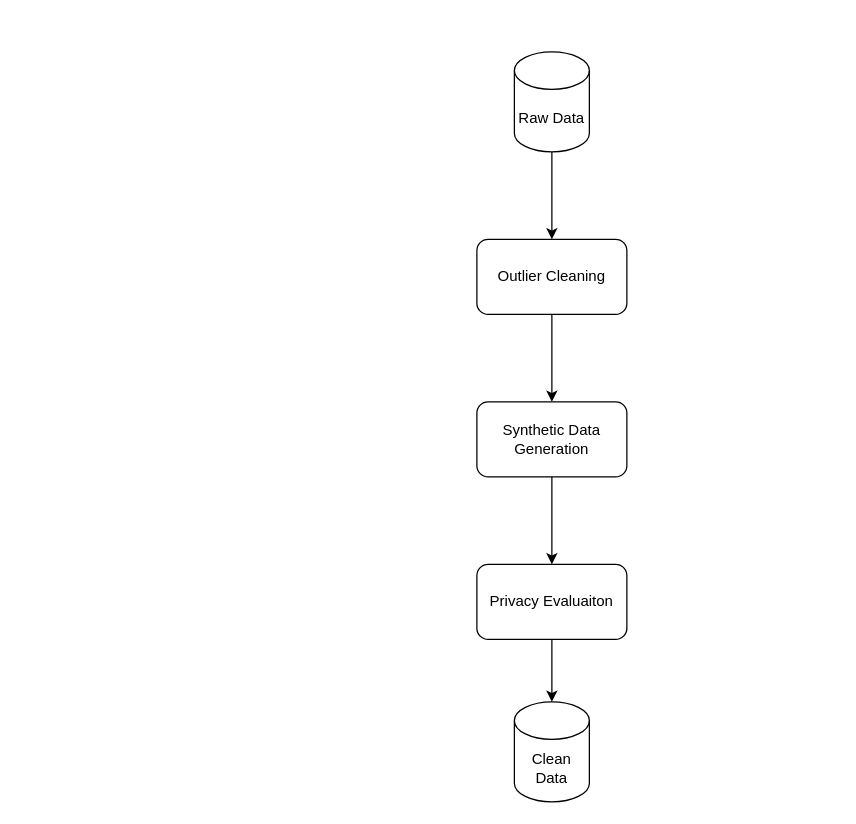
Earlier version of the draw.io diagram page "Overall" (1 of 2) of Diagram.drawio (Naviden/PrivGen). Source tidied: cells renumbered, new cells numbered last; positions are measured from the earlier drawing's top-left corner, leaving out a move shared by most shapes. Both pictures are drawn from the tidied source at 125%, with x=0, y=0 at pixel (476, 51).
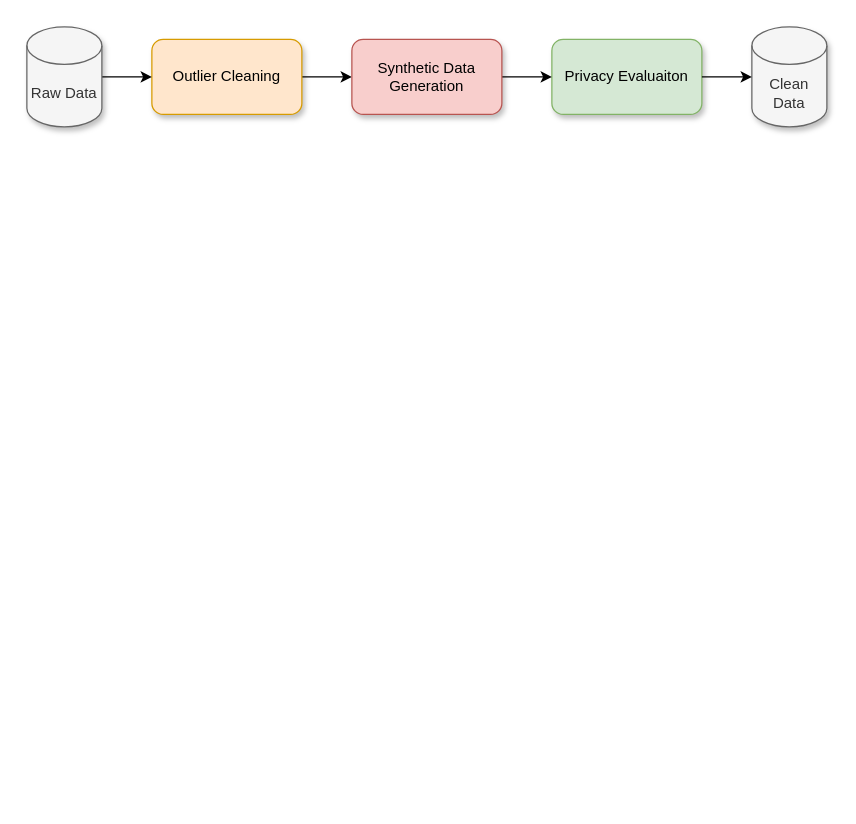
After the change.

Change to the diagram source:
```diff
@@
 <mxGraphModel>
   <root>
     <mxCell id="0" />
     <mxCell id="1" parent="0" />
-    <mxCell id="2" style="edgeStyle=orthogonalEdgeStyle;rounded=0;jettySize=auto;html=1;exitX=0.5;exitY=1;exitDx=0;exitDy=0;" parent="1" edge="1" source="3">
-      <mxGeometry relative="1" as="geometry">
-        <mxPoint x="60" y="280" as="targetPoint" />
-      </mxGeometry>
-    </mxCell>
+    <mxCell id="11" style="edgeStyle=orthogonalEdgeStyle;rounded=0;jettySize=auto;html=1;exitX=1;exitY=0.5;exitDx=0;exitDy=0;" parent="1" edge="1" source="3" target="8">
+      <mxGeometry relative="1" as="geometry" />
+    </mxCell>
-    <mxCell id="3" value="Outlier Cleaning" style="rounded=1;whiteSpace=wrap;html=1;" parent="1" vertex="1">
-      <mxGeometry y="150" width="120" height="60" as="geometry" />
+    <mxCell id="3" value="Outlier Cleaning" style="rounded=1;whiteSpace=wrap;html=1;fillColor=#ffe6cc;strokeColor=#d79b00;shadow=1;" parent="1" vertex="1">
+      <mxGeometry x="-260" y="-10" width="120" height="60" as="geometry" />
     </mxCell>
-    <mxCell id="4" style="edgeStyle=orthogonalEdgeStyle;rounded=0;jettySize=auto;html=1;exitX=0.5;exitY=1;exitDx=0;exitDy=0;exitPerimeter=0;" parent="1" edge="1" source="5" target="3">
+    <mxCell id="4" style="edgeStyle=orthogonalEdgeStyle;rounded=0;jettySize=auto;html=1;exitX=1;exitY=0.5;exitDx=0;exitDy=0;exitPerimeter=0;" parent="1" edge="1" source="5" target="3">
       <mxGeometry relative="1" as="geometry" />
     </mxCell>
-    <mxCell id="5" value="Raw Data" style="shape=cylinder3;whiteSpace=wrap;html=1;boundedLbl=1;backgroundOutline=1;size=15;" parent="1" vertex="1">
-      <mxGeometry x="30" width="60" height="80" as="geometry" />
+    <mxCell id="5" value="Raw Data" style="shape=cylinder3;whiteSpace=wrap;html=1;boundedLbl=1;backgroundOutline=1;size=15;fillColor=#f5f5f5;fontColor=#333333;strokeColor=#666666;shadow=1;" parent="1" vertex="1">
+      <mxGeometry x="-360" y="-20" width="60" height="80" as="geometry" />
     </mxCell>
-    <mxCell id="6" value="Privacy Evaluaiton" style="rounded=1;whiteSpace=wrap;html=1;" parent="1" vertex="1">
-      <mxGeometry y="410" width="120" height="60" as="geometry" />
+    <mxCell id="6" value="Privacy Evaluaiton" style="rounded=1;whiteSpace=wrap;html=1;fillColor=#d5e8d4;strokeColor=#82b366;shadow=1;" parent="1" vertex="1">
+      <mxGeometry x="60" y="-10" width="120" height="60" as="geometry" />
     </mxCell>
-    <mxCell id="7" style="edgeStyle=orthogonalEdgeStyle;rounded=0;jettySize=auto;html=1;exitX=0.5;exitY=1;exitDx=0;exitDy=0;" parent="1" edge="1" source="8">
-      <mxGeometry relative="1" as="geometry">
-        <mxPoint x="60" y="410" as="targetPoint" />
-      </mxGeometry>
-    </mxCell>
+    <mxCell id="12" style="edgeStyle=orthogonalEdgeStyle;rounded=0;jettySize=auto;html=1;exitX=1;exitY=0.5;exitDx=0;exitDy=0;entryX=0;entryY=0.5;entryDx=0;entryDy=0;" parent="1" edge="1" source="8" target="6">
+      <mxGeometry relative="1" as="geometry" />
+    </mxCell>
-    <mxCell id="8" value="Synthetic Data Generation" style="rounded=1;whiteSpace=wrap;html=1;" parent="1" vertex="1">
-      <mxGeometry y="280" width="120" height="60" as="geometry" />
+    <mxCell id="8" value="Synthetic Data Generation" style="rounded=1;whiteSpace=wrap;html=1;fillColor=#f8cecc;strokeColor=#b85450;shadow=1;" parent="1" vertex="1">
+      <mxGeometry x="-100" y="-10" width="120" height="60" as="geometry" />
     </mxCell>
-    <mxCell id="9" value="Clean Data" style="shape=cylinder3;whiteSpace=wrap;html=1;boundedLbl=1;backgroundOutline=1;size=15;" parent="1" vertex="1">
-      <mxGeometry x="30" y="520" width="60" height="80" as="geometry" />
+    <mxCell id="9" value="Clean Data" style="shape=cylinder3;whiteSpace=wrap;html=1;boundedLbl=1;backgroundOutline=1;size=15;fillColor=#f5f5f5;fontColor=#333333;strokeColor=#666666;shadow=1;" parent="1" vertex="1">
+      <mxGeometry x="220" y="-20" width="60" height="80" as="geometry" />
     </mxCell>
-    <mxCell id="10" style="edgeStyle=orthogonalEdgeStyle;rounded=0;jettySize=auto;html=1;exitX=0.5;exitY=1;exitDx=0;exitDy=0;entryX=0.5;entryY=0;entryDx=0;entryDy=0;entryPerimeter=0;" parent="1" edge="1" source="6" target="9">
+    <mxCell id="10" style="edgeStyle=orthogonalEdgeStyle;rounded=0;jettySize=auto;html=1;exitX=1;exitY=0.5;exitDx=0;exitDy=0;entryX=0;entryY=0.5;entryDx=0;entryDy=0;entryPerimeter=0;" parent="1" edge="1" source="6" target="9">
       <mxGeometry relative="1" as="geometry" />
     </mxCell>
   </root>
 </mxGraphModel>
```
